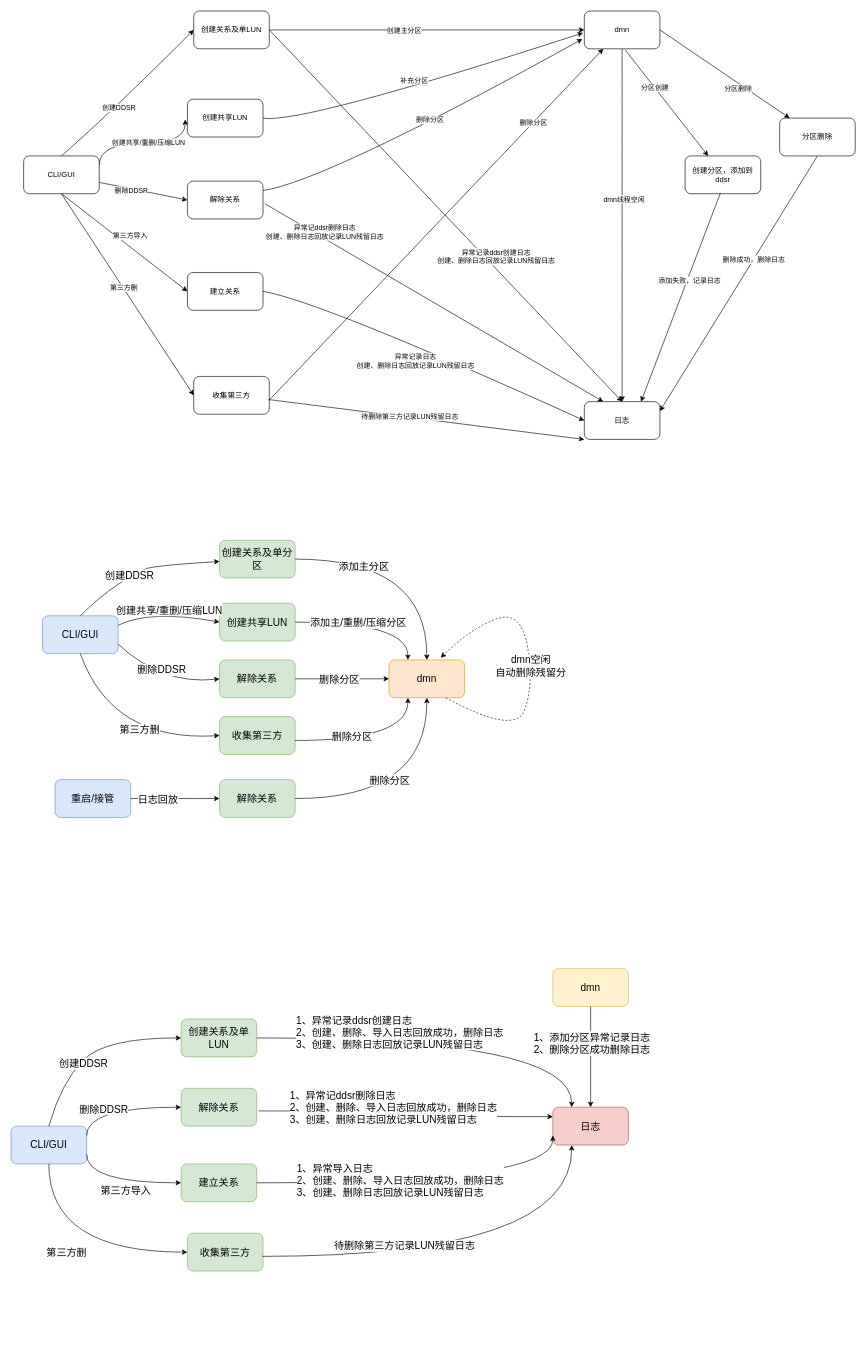
Above: Untitled Diagram.drawio in changjing2016/draw (draw.io), before the change. Source tidied: cells renumbered, new cells numbered last; positions are measured from the earlier drawing's top-left corner, leaving out a move shared by most shapes. Both pictures are drawn from the tidied source at 63%, with x=0, y=0 at pixel (11, 11).
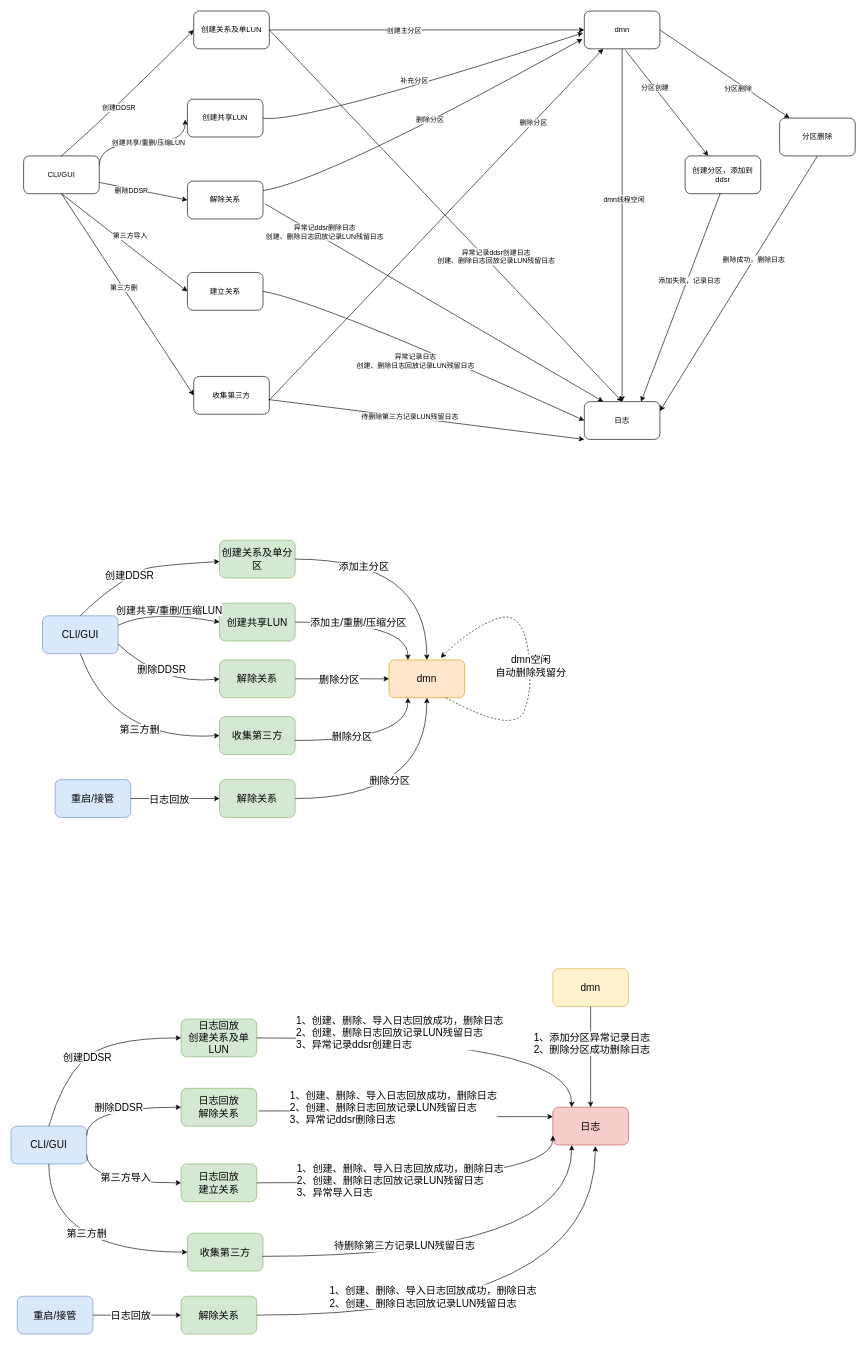
The same diagram, later.

Unchanged cells that the change refers to:
```xml
<mxCell id="71" value="&lt;font style=&quot;vertical-align: inherit; font-size: 16px;&quot;&gt;&lt;font style=&quot;vertical-align: inherit; font-size: 16px;&quot;&gt;日志&lt;/font&gt;&lt;/font&gt;" style="rounded=1;whiteSpace=wrap;html=1;fillColor=#f8cecc;strokeColor=#b85450;fontSize=16;" parent="1" vertex="1">
  <mxGeometry x="860" y="1740" width="120" height="60" as="geometry" />
</mxCell>
<mxCell id="75" style="curved=1;endArrow=classic;html=1;rounded=0;entryX=0;entryY=0.5;entryDx=0;entryDy=0;exitX=0.5;exitY=0;exitDx=0;exitDy=0;fontSize=16;" parent="1" edge="1" source="74" target="68">
  <mxGeometry relative="1" as="geometry">
    <Array as="points">
      <mxPoint x="80" y="1700" />
      <mxPoint x="150" y="1630" />
    </Array>
  </mxGeometry>
</mxCell>
<mxCell id="77" style="curved=1;endArrow=classic;html=1;rounded=0;entryX=0;entryY=0.5;entryDx=0;entryDy=0;fontSize=16;exitX=1;exitY=0.25;exitDx=0;exitDy=0;edgeStyle=orthogonalEdgeStyle;" parent="1" edge="1" source="74" target="69">
  <mxGeometry relative="1" as="geometry">
    <Array as="points">
      <mxPoint x="120" y="1740" />
    </Array>
  </mxGeometry>
</mxCell>
<mxCell id="79" style="endArrow=classic;html=1;rounded=0;exitX=1;exitY=0.75;exitDx=0;exitDy=0;entryX=0;entryY=0.5;entryDx=0;entryDy=0;fontSize=16;edgeStyle=orthogonalEdgeStyle;curved=1;" parent="1" edge="1" source="74" target="72">
  <mxGeometry relative="1" as="geometry">
    <Array as="points">
      <mxPoint x="120" y="1860" />
    </Array>
  </mxGeometry>
</mxCell>
<mxCell id="81" style="endArrow=classic;html=1;rounded=0;entryX=0;entryY=0.25;entryDx=0;entryDy=0;exitX=1.024;exitY=0.598;exitDx=0;exitDy=0;exitPerimeter=0;fontSize=16;edgeStyle=orthogonalEdgeStyle;curved=1;" parent="1" edge="1" source="69" target="71">
  <mxGeometry relative="1" as="geometry" />
</mxCell>
<mxCell id="83" style="endArrow=classic;html=1;rounded=0;curved=1;exitX=1;exitY=0.5;exitDx=0;exitDy=0;entryX=0.25;entryY=0;entryDx=0;entryDy=0;fontSize=16;edgeStyle=orthogonalEdgeStyle;" parent="1" edge="1" source="68" target="71">
  <mxGeometry relative="1" as="geometry" />
</mxCell>
<mxCell id="86" style="endArrow=classic;html=1;rounded=0;curved=1;entryX=0;entryY=0.5;entryDx=0;entryDy=0;exitX=0.5;exitY=1;exitDx=0;exitDy=0;fontSize=16;edgeStyle=orthogonalEdgeStyle;" parent="1" edge="1" source="74" target="85">
  <mxGeometry relative="1" as="geometry" />
</mxCell>
<mxCell id="92" style="endArrow=classic;html=1;rounded=0;curved=1;exitX=1;exitY=0.5;exitDx=0;exitDy=0;entryX=0;entryY=0.5;entryDx=0;entryDy=0;fontSize=16;" parent="1" edge="1" source="90" target="91">
  <mxGeometry relative="1" as="geometry" />
</mxCell>
<mxCell id="102" style="endArrow=classic;html=1;rounded=0;fontSize=16;curved=1;exitX=1;exitY=0.5;exitDx=0;exitDy=0;edgeStyle=orthogonalEdgeStyle;entryX=0;entryY=0.75;entryDx=0;entryDy=0;" parent="1" edge="1" source="72" target="71">
  <mxGeometry relative="1" as="geometry">
    <Array as="points">
      <mxPoint x="860" y="1860" />
    </Array>
  </mxGeometry>
</mxCell>
```

The edit, as a diff of the source:
```diff
@@
-    <mxCell id="68" value="&lt;font style=&quot;vertical-align: inherit; font-size: 16px;&quot;&gt;&lt;font style=&quot;vertical-align: inherit; font-size: 16px;&quot;&gt;&lt;font style=&quot;vertical-align: inherit; font-size: 16px;&quot;&gt;&lt;font style=&quot;vertical-align: inherit; font-size: 16px;&quot;&gt;&lt;font style=&quot;vertical-align: inherit; font-size: 16px;&quot;&gt;&lt;font style=&quot;vertical-align: inherit; font-size: 16px;&quot;&gt;&lt;font style=&quot;vertical-align: inherit; font-size: 16px;&quot;&gt;&lt;font style=&quot;vertical-align: inherit; font-size: 16px;&quot;&gt;&lt;font style=&quot;vertical-align: inherit; font-size: 16px;&quot;&gt;&lt;font style=&quot;vertical-align: inherit; font-size: 16px;&quot;&gt;&lt;font style=&quot;vertical-align: inherit; font-size: 16px;&quot;&gt;&lt;font style=&quot;vertical-align: inherit; font-size: 16px;&quot;&gt;创建关系及单LUN&lt;/font&gt;&lt;/font&gt;&lt;/font&gt;&lt;/font&gt;&lt;/font&gt;&lt;/font&gt;&lt;/font&gt;&lt;/font&gt;&lt;/font&gt;&lt;/font&gt;&lt;/font&gt;&lt;/font&gt;" style="rounded=1;whiteSpace=wrap;html=1;fillColor=#d5e8d4;strokeColor=#82b366;fontSize=16;" parent="1" vertex="1">
+    <mxCell id="68" value="&lt;font style=&quot;vertical-align: inherit ; font-size: 16px&quot;&gt;&lt;font style=&quot;vertical-align: inherit ; font-size: 16px&quot;&gt;&lt;font style=&quot;vertical-align: inherit ; font-size: 16px&quot;&gt;&lt;font style=&quot;vertical-align: inherit ; font-size: 16px&quot;&gt;&lt;font style=&quot;vertical-align: inherit ; font-size: 16px&quot;&gt;&lt;font style=&quot;vertical-align: inherit ; font-size: 16px&quot;&gt;&lt;font style=&quot;vertical-align: inherit ; font-size: 16px&quot;&gt;&lt;font style=&quot;vertical-align: inherit ; font-size: 16px&quot;&gt;&lt;font style=&quot;vertical-align: inherit ; font-size: 16px&quot;&gt;&lt;font style=&quot;vertical-align: inherit ; font-size: 16px&quot;&gt;&lt;font style=&quot;vertical-align: inherit ; font-size: 16px&quot;&gt;&lt;font style=&quot;vertical-align: inherit ; font-size: 16px&quot;&gt;日志回放&lt;br&gt;创建关系及单LUN&lt;/font&gt;&lt;/font&gt;&lt;/font&gt;&lt;/font&gt;&lt;/font&gt;&lt;/font&gt;&lt;/font&gt;&lt;/font&gt;&lt;/font&gt;&lt;/font&gt;&lt;/font&gt;&lt;/font&gt;" style="rounded=1;whiteSpace=wrap;html=1;fillColor=#d5e8d4;strokeColor=#82b366;fontSize=16;" parent="1" vertex="1">
       <mxGeometry x="270" y="1600" width="120" height="60" as="geometry" />
     </mxCell>
-    <mxCell id="69" value="&lt;font style=&quot;vertical-align: inherit; font-size: 16px;&quot;&gt;&lt;font style=&quot;vertical-align: inherit; font-size: 16px;&quot;&gt;解除关系&lt;/font&gt;&lt;/font&gt;" style="rounded=1;whiteSpace=wrap;html=1;fillColor=#d5e8d4;strokeColor=#82b366;fontSize=16;" parent="1" vertex="1">
+    <mxCell id="69" value="&lt;font style=&quot;vertical-align: inherit ; font-size: 16px&quot;&gt;&lt;font style=&quot;vertical-align: inherit ; font-size: 16px&quot;&gt;日志回放&lt;br&gt;解除关系&lt;/font&gt;&lt;/font&gt;" style="rounded=1;whiteSpace=wrap;html=1;fillColor=#d5e8d4;strokeColor=#82b366;fontSize=16;" parent="1" vertex="1">
       <mxGeometry x="270" y="1710" width="120" height="60" as="geometry" />
     </mxCell>
@@
-    <mxCell id="72" value="&lt;font style=&quot;vertical-align: inherit; font-size: 16px;&quot;&gt;&lt;font style=&quot;vertical-align: inherit; font-size: 16px;&quot;&gt;&lt;font style=&quot;vertical-align: inherit; font-size: 16px;&quot;&gt;&lt;font style=&quot;vertical-align: inherit; font-size: 16px;&quot;&gt;建立关系&lt;/font&gt;&lt;/font&gt;&lt;/font&gt;&lt;/font&gt;" style="rounded=1;whiteSpace=wrap;html=1;fillColor=#d5e8d4;strokeColor=#82b366;fontSize=16;" parent="1" vertex="1">
+    <mxCell id="72" value="&lt;font style=&quot;vertical-align: inherit ; font-size: 16px&quot;&gt;&lt;font style=&quot;vertical-align: inherit ; font-size: 16px&quot;&gt;&lt;font style=&quot;vertical-align: inherit ; font-size: 16px&quot;&gt;&lt;font style=&quot;vertical-align: inherit ; font-size: 16px&quot;&gt;日志回放&lt;br&gt;建立关系&lt;/font&gt;&lt;/font&gt;&lt;/font&gt;&lt;/font&gt;" style="rounded=1;whiteSpace=wrap;html=1;fillColor=#d5e8d4;strokeColor=#82b366;fontSize=16;" parent="1" vertex="1">
       <mxGeometry x="270" y="1830" width="120" height="60" as="geometry" />
     </mxCell>
@@
     <mxCell id="76" value="&lt;font style=&quot;vertical-align: inherit; font-size: 16px;&quot;&gt;&lt;font style=&quot;vertical-align: inherit; font-size: 16px;&quot;&gt;&lt;font style=&quot;vertical-align: inherit; font-size: 16px;&quot;&gt;&lt;font style=&quot;vertical-align: inherit; font-size: 16px;&quot;&gt;创建DDSR&lt;/font&gt;&lt;/font&gt;&lt;/font&gt;&lt;/font&gt;" style="edgeLabel;html=1;align=center;verticalAlign=middle;fontSize=16;" parent="75" vertex="1">
-      <mxGeometry x="-0.19" y="-3" relative="1" as="geometry" />
+      <mxGeometry x="-0.19" y="-3" relative="1" as="geometry">
+        <mxPoint x="6" y="-10" as="offset" />
+      </mxGeometry>
     </mxCell>
@@
     <mxCell id="78" value="&lt;font style=&quot;vertical-align: inherit; font-size: 16px;&quot;&gt;&lt;font style=&quot;vertical-align: inherit; font-size: 16px;&quot;&gt;删除DDSR&lt;/font&gt;&lt;/font&gt;" style="edgeLabel;html=1;align=center;verticalAlign=middle;fontSize=16;" parent="77" vertex="1">
-      <mxGeometry x="-0.27" y="-2" relative="1" as="geometry" />
+      <mxGeometry x="-0.27" y="-2" relative="1" as="geometry">
+        <mxPoint x="24" y="-2" as="offset" />
+      </mxGeometry>
     </mxCell>
@@
     <mxCell id="80" value="&lt;font style=&quot;vertical-align: inherit; font-size: 16px;&quot;&gt;&lt;font style=&quot;vertical-align: inherit; font-size: 16px;&quot;&gt;第三方导入&lt;/font&gt;&lt;/font&gt;" style="edgeLabel;html=1;align=center;verticalAlign=middle;fontSize=16;" parent="79" vertex="1">
       <mxGeometry x="-0.29" y="1" relative="1" as="geometry">
-        <mxPoint x="37" y="12" as="offset" />
+        <mxPoint x="37" y="-9" as="offset" />
       </mxGeometry>
     </mxCell>
@@
-    <mxCell id="82" value="1、异常记ddsr删除日志&lt;br style=&quot;font-size: 16px&quot;&gt;2、创建、删除、导入日志回放成功，删除日志&lt;br&gt;3、创建、删除日志回放记录LUN残留日志" style="edgeLabel;html=1;align=left;verticalAlign=middle;fontSize=16;" parent="81" vertex="1">
+    <mxCell id="82" value="1、创建、删除、导入日志回放成功，删除日志&lt;br&gt;2、创建、删除日志回放记录LUN残留日志&lt;br&gt;3、异常记ddsr删除日志" style="edgeLabel;html=1;align=left;verticalAlign=middle;fontSize=16;" parent="81" vertex="1">
       <mxGeometry x="-0.24" y="1" relative="1" as="geometry">
         <mxPoint x="-133" y="-5" as="offset" />
       </mxGeometry>
     </mxCell>
@@
-    <mxCell id="84" value="1、异常记录ddsr创建日志&lt;br style=&quot;font-size: 16px&quot;&gt;2、创建、删除、导入日志回放成功，删除日志&lt;br&gt;3、创建、删除日志回放记录LUN残留日志" style="edgeLabel;html=1;align=left;verticalAlign=middle;fontSize=16;" parent="83" vertex="1">
+    <mxCell id="84" value="1、创建、删除、导入日志回放成功，删除日志&lt;br&gt;2、创建、删除日志回放记录LUN残留日志&lt;br&gt;3、异常记录ddsr创建日志" style="edgeLabel;html=1;align=left;verticalAlign=middle;fontSize=16;" parent="83" vertex="1">
       <mxGeometry x="0.21" y="2" relative="1" as="geometry">
         <mxPoint x="-308" y="-8" as="offset" />
       </mxGeometry>
     </mxCell>
@@
     <mxCell id="87" value="第三方删" style="edgeLabel;html=1;align=center;verticalAlign=middle;fontSize=16;" parent="86" vertex="1">
-      <mxGeometry x="-0.07" y="1" relative="1" as="geometry" />
+      <mxGeometry x="-0.07" y="1" relative="1" as="geometry">
+        <mxPoint x="32" y="-29" as="offset" />
+      </mxGeometry>
     </mxCell>
@@
     <mxCell id="93" value="日志回放" style="edgeLabel;html=1;align=center;verticalAlign=middle;fontSize=16;" parent="92" vertex="1">
       <mxGeometry x="-0.41" y="-3" relative="1" as="geometry">
-        <mxPoint y="-3" as="offset" />
+        <mxPoint x="18" y="-3" as="offset" />
       </mxGeometry>
     </mxCell>
@@
-    <mxCell id="103" value="&lt;div&gt;1、异常导入日志&lt;/div&gt;&lt;div&gt;2、创建、删除、导入日志回放成功，删除日志&lt;br&gt;3、创建、删除日志回放记录LUN残留日志&lt;br&gt;&lt;/div&gt;" style="edgeLabel;html=1;align=left;verticalAlign=middle;fontSize=16;" parent="102" vertex="1">
+    <mxCell id="103" value="&lt;div&gt;1、创建、删除、导入日志回放成功，删除日志&lt;br&gt;2、创建、删除日志回放记录LUN残留日志&lt;br&gt;&lt;/div&gt;&lt;div&gt;3、异常导入日志&lt;/div&gt;" style="edgeLabel;html=1;align=left;verticalAlign=middle;fontSize=16;" parent="102" vertex="1">
       <mxGeometry x="-0.23" y="5" relative="1" as="geometry">
         <mxPoint x="-148" as="offset" />
       </mxGeometry>
     </mxCell>
+    <mxCell id="104" value="重启/接管" style="rounded=1;whiteSpace=wrap;html=1;fillColor=#dae8fc;strokeColor=#6c8ebf;fontSize=16;" parent="1" vertex="1">
+      <mxGeometry x="10" y="2040" width="120" height="60" as="geometry" />
+    </mxCell>
+    <mxCell id="105" value="解除关系" style="rounded=1;whiteSpace=wrap;html=1;verticalAlign=middle;fillColor=#d5e8d4;strokeColor=#82b366;fontSize=16;" parent="1" vertex="1">
+      <mxGeometry x="270" y="2040" width="120" height="60" as="geometry" />
+    </mxCell>
+    <mxCell id="106" style="endArrow=classic;html=1;rounded=0;curved=1;exitX=1;exitY=0.5;exitDx=0;exitDy=0;entryX=0;entryY=0.5;entryDx=0;entryDy=0;fontSize=16;" parent="1" edge="1" source="104" target="105">
+      <mxGeometry relative="1" as="geometry" />
+    </mxCell>
+    <mxCell id="107" value="日志回放" style="edgeLabel;html=1;align=center;verticalAlign=middle;fontSize=16;" parent="106" vertex="1">
+      <mxGeometry x="-0.41" y="-3" relative="1" as="geometry">
+        <mxPoint x="18" y="-3" as="offset" />
+      </mxGeometry>
+    </mxCell>
+    <mxCell id="108" style="endArrow=classic;html=1;rounded=0;fontSize=16;curved=1;exitX=1;exitY=0.5;exitDx=0;exitDy=0;entryX=0.563;entryY=1.029;entryDx=0;entryDy=0;entryPerimeter=0;edgeStyle=orthogonalEdgeStyle;" parent="1" edge="1" source="105" target="71">
+      <mxGeometry relative="1" as="geometry" />
+    </mxCell>
+    <mxCell id="109" value="&lt;span style=&quot;&quot;&gt;1、创建、删除、导入日志回放成功，删除日志&lt;/span&gt;&lt;br style=&quot;&quot;&gt;&lt;span style=&quot;&quot;&gt;2、创建、删除日志回放记录LUN残留日志&lt;/span&gt;" style="edgeLabel;html=1;align=left;verticalAlign=middle;fontSize=16;" parent="108" vertex="1">
+      <mxGeometry x="-0.32" y="26" relative="1" as="geometry">
+        <mxPoint x="-160" y="-4" as="offset" />
+      </mxGeometry>
+    </mxCell>
```
